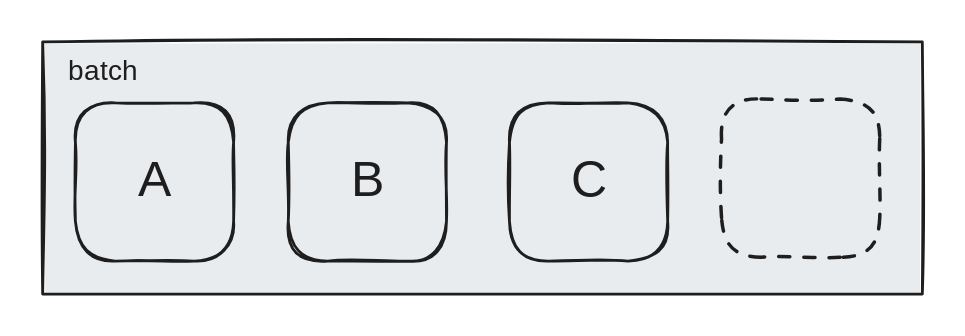
Before: .gitbook/assets/file.excalidraw (5).svg, a diagram exported from Excalidraw (trunk-io/docs). Source tidied: one line per element, renumbered; positions are measured from the earlier drawing's top-left corner, leaving out a move shared by most shapes.
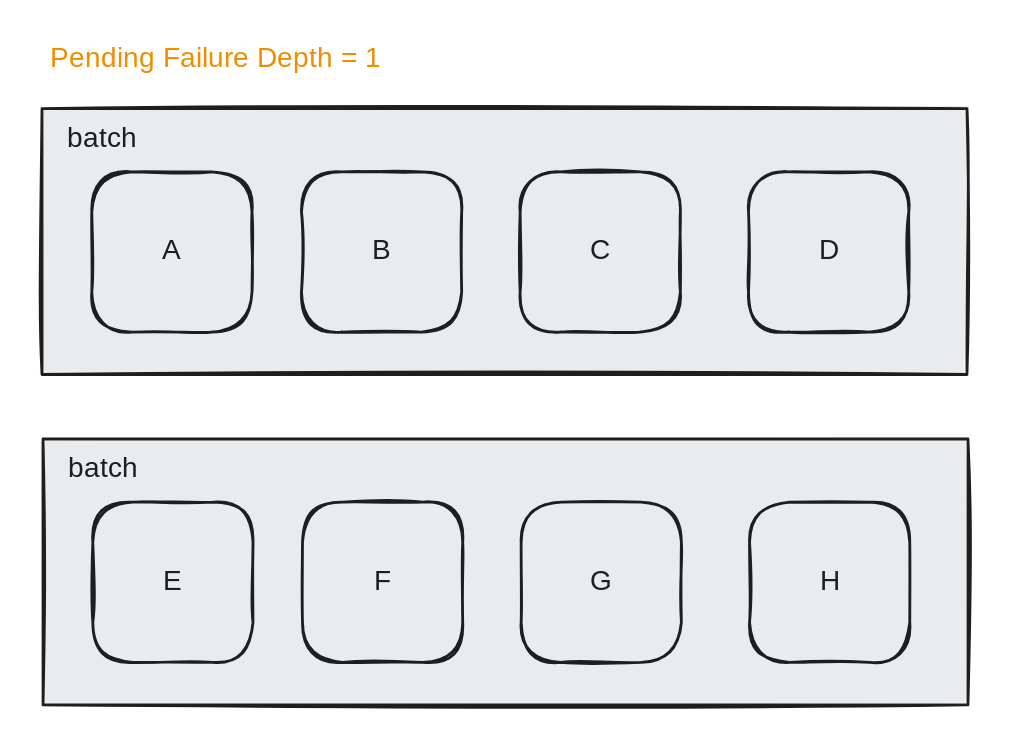
Later version of the same file.

The edit, as a diff of the source:
```diff
@@ -1,9 +1,21 @@
-{"id": 0, "type": "rectangle", "strokeColor": "#1e1e1e", "backgroundColor": "#e9ecef", "fillStyle": "solid", "strokeWidth": 2, "roughness": 1, "x": 0, "y": 0, "width": 629, "height": 180}
-{"id": 1, "type": "rectangle", "strokeColor": "#1e1e1e", "strokeWidth": 2, "roughness": 1, "round": true, "x": 23, "y": 44, "width": 113, "height": 113}
+{"id": 9, "type": "rectangle", "strokeColor": "#1e1e1e", "backgroundColor": "#e9ecef", "fillStyle": "solid", "strokeWidth": 2, "roughness": 1, "x": 14, "y": -191, "width": 660, "height": 190}
+{"id": 10, "type": "rectangle", "strokeColor": "#1e1e1e", "strokeWidth": 2, "roughness": 1, "round": true, "x": 49, "y": -146, "width": 114, "height": 114}
-{"id": 2, "type": "text", "text": "A", "strokeColor": "#1e1e1e", "strokeWidth": 2, "roughness": 1, "fontSize": 35.45, "fontFamily": 1, "textAlign": "center", "verticalAlign": "middle", "inside": 1, "x": 68, "y": 78, "width": 23, "height": 44}
+{"id": 2, "type": "text", "text": "A", "strokeColor": "#1e1e1e", "strokeWidth": 2, "roughness": 1, "fontSize": 20, "fontFamily": 1, "textAlign": "center", "verticalAlign": "middle", "inside": 10, "x": 100, "y": -102, "width": 13, "height": 25}
-{"id": 3, "type": "rectangle", "strokeColor": "#1e1e1e", "strokeWidth": 2, "roughness": 1, "round": true, "x": 176, "y": 44, "width": 113, "height": 113}
+{"id": 11, "type": "rectangle", "strokeColor": "#1e1e1e", "strokeWidth": 2, "roughness": 1, "round": true, "x": 199, "y": -146, "width": 114, "height": 114}
-{"id": 4, "type": "text", "text": "B", "strokeColor": "#1e1e1e", "strokeWidth": 2, "roughness": 1, "fontSize": 35.45, "fontFamily": 1, "textAlign": "center", "verticalAlign": "middle", "inside": 3, "x": 219, "y": 78, "width": 26, "height": 44}
+{"id": 4, "type": "text", "text": "B", "strokeColor": "#1e1e1e", "strokeWidth": 2, "roughness": 1, "fontSize": 20, "fontFamily": 1, "textAlign": "center", "verticalAlign": "middle", "inside": 11, "x": 249, "y": -102, "width": 15, "height": 25}
-{"id": 5, "type": "rectangle", "strokeColor": "#1e1e1e", "strokeWidth": 2, "roughness": 1, "round": true, "x": 334, "y": 44, "width": 113, "height": 113}
+{"id": 12, "type": "rectangle", "strokeColor": "#1e1e1e", "strokeWidth": 2, "roughness": 1, "round": true, "x": 355, "y": -146, "width": 114, "height": 114}
-{"id": 6, "type": "text", "text": "C", "strokeColor": "#1e1e1e", "strokeWidth": 2, "roughness": 1, "fontSize": 35.45, "fontFamily": 1, "textAlign": "center", "verticalAlign": "middle", "inside": 5, "x": 379, "y": 78, "width": 23, "height": 44}
+{"id": 6, "type": "text", "text": "C", "strokeColor": "#1e1e1e", "strokeWidth": 2, "roughness": 1, "fontSize": 20, "fontFamily": 1, "textAlign": "center", "verticalAlign": "middle", "inside": 12, "x": 406, "y": -102, "width": 13, "height": 25}
-{"id": 7, "type": "text", "text": "batch", "strokeColor": "#1e1e1e", "strokeWidth": 2, "roughness": 1, "fontSize": 20, "fontFamily": 1, "x": 18, "y": 9, "width": 55, "height": 25}
-{"id": 8, "type": "rectangle", "strokeColor": "#1e1e1e", "strokeWidth": 2, "strokeStyle": "dashed", "roughness": 1, "round": true, "x": 485, "y": 41, "width": 113, "height": 113}
+{"id": 13, "type": "rectangle", "strokeColor": "#1e1e1e", "strokeWidth": 2, "roughness": 1, "round": true, "x": 518, "y": -146, "width": 114, "height": 114}
+{"id": 14, "type": "text", "text": "D", "strokeColor": "#1e1e1e", "strokeWidth": 2, "roughness": 1, "fontSize": 20, "fontFamily": 1, "textAlign": "center", "verticalAlign": "middle", "inside": 13, "x": 568, "y": -102, "width": 16, "height": 25}
+{"id": 15, "type": "text", "text": "batch", "strokeColor": "#1e1e1e", "strokeWidth": 2, "roughness": 1, "fontSize": 20, "fontFamily": 1, "x": 32, "y": -182, "width": 55, "height": 25}
+{"id": 16, "type": "rectangle", "strokeColor": "#1e1e1e", "backgroundColor": "#e9ecef", "fillStyle": "solid", "strokeWidth": 2, "roughness": 1, "x": 15, "y": 45, "width": 660, "height": 190}
+{"id": 17, "type": "rectangle", "strokeColor": "#1e1e1e", "strokeWidth": 2, "roughness": 1, "round": true, "x": 50, "y": 90, "width": 114, "height": 114}
+{"id": 18, "type": "text", "text": "E", "strokeColor": "#1e1e1e", "strokeWidth": 2, "roughness": 1, "fontSize": 20, "fontFamily": 1, "textAlign": "center", "verticalAlign": "middle", "inside": 17, "x": 101, "y": 134, "width": 13, "height": 25}
+{"id": 19, "type": "rectangle", "strokeColor": "#1e1e1e", "strokeWidth": 2, "roughness": 1, "round": true, "x": 200, "y": 90, "width": 114, "height": 114}
+{"id": 20, "type": "text", "text": "F", "strokeColor": "#1e1e1e", "strokeWidth": 2, "roughness": 1, "fontSize": 20, "fontFamily": 1, "textAlign": "center", "verticalAlign": "middle", "inside": 19, "x": 251, "y": 134, "width": 11, "height": 25}
+{"id": 21, "type": "rectangle", "strokeColor": "#1e1e1e", "strokeWidth": 2, "roughness": 1, "round": true, "x": 356, "y": 90, "width": 114, "height": 114}
+{"id": 22, "type": "text", "text": "G", "strokeColor": "#1e1e1e", "strokeWidth": 2, "roughness": 1, "fontSize": 20, "fontFamily": 1, "textAlign": "center", "verticalAlign": "middle", "inside": 21, "x": 405, "y": 134, "width": 16, "height": 25}
+{"id": 23, "type": "rectangle", "strokeColor": "#1e1e1e", "strokeWidth": 2, "roughness": 1, "round": true, "x": 519, "y": 90, "width": 114, "height": 114}
+{"id": 24, "type": "text", "text": "H", "strokeColor": "#1e1e1e", "strokeWidth": 2, "roughness": 1, "fontSize": 20, "fontFamily": 1, "textAlign": "center", "verticalAlign": "middle", "inside": 23, "x": 571, "y": 134, "width": 11, "height": 25}
+{"id": 25, "type": "text", "text": "batch", "strokeColor": "#1e1e1e", "strokeWidth": 2, "roughness": 1, "fontSize": 20, "fontFamily": 1, "x": 32, "y": 54, "width": 55, "height": 25}
+{"id": 26, "type": "text", "text": "Pending Failure Depth = 1\n", "strokeColor": "#f08c00", "strokeWidth": 2, "roughness": 1, "fontSize": 20, "fontFamily": 1, "x": 20, "y": -239, "width": 249, "height": 50}
```
